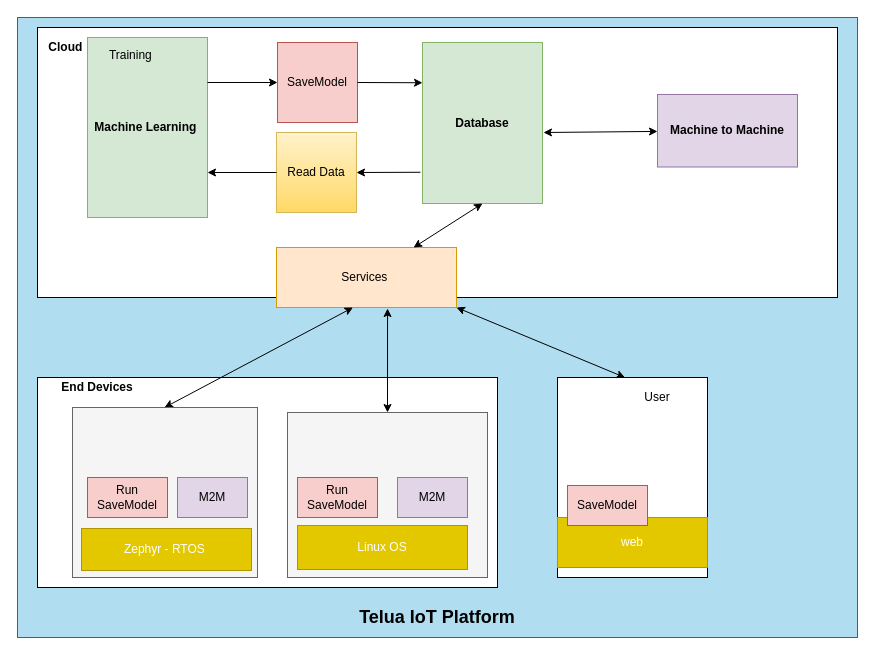
The draw.io diagram page "Page-1" (1 of 2) of machine_learning/machineLearning.drawio in letrthong/uhes_visual_programing_iot, before the edit. Source tidied: cells renumbered, new cells numbered last; positions are measured from the earlier drawing's top-left corner, leaving out a move shared by most shapes. Both pictures are drawn from the tidied source at 100%, with x=0, y=0 at pixel (17, 17).
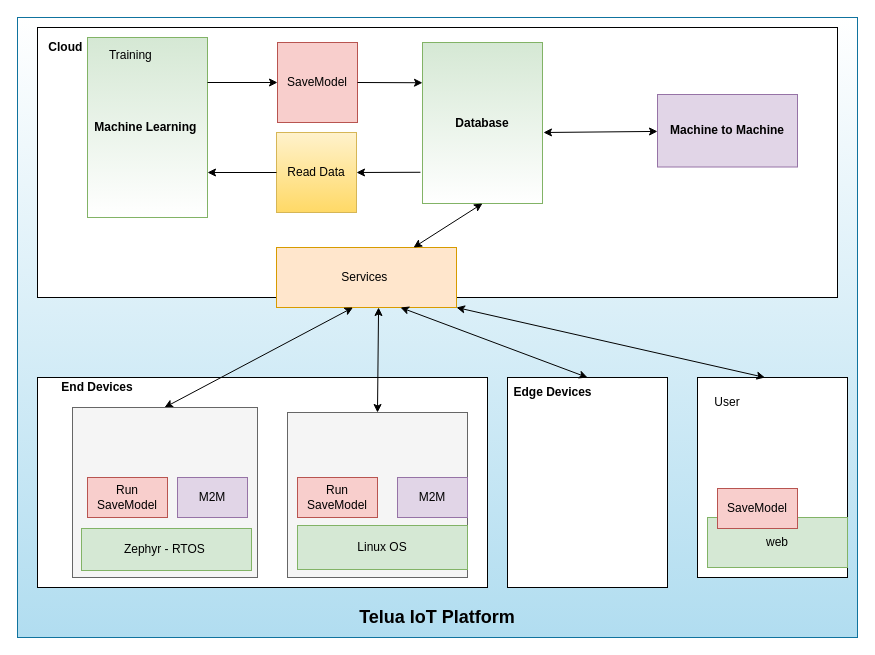
Above is the later version.

Unchanged cells that the change refers to:
```xml
<mxCell id="8" value="Services&amp;nbsp;" style="rounded=0;whiteSpace=wrap;html=1;fillColor=#ffe6cc;strokeColor=#d79b00;" parent="1" vertex="1">
  <mxGeometry x="259" y="230" width="180" height="60" as="geometry" />
</mxCell>
```

What changed in the source:
```diff
@@
-    <mxCell id="2" style="rounded=0;whiteSpace=wrap;html=1;fillColor=#b1ddf0;strokeColor=#10739e;" parent="1" vertex="1">
+    <mxCell id="2" style="rounded=0;whiteSpace=wrap;html=1;fillColor=#b1ddf0;strokeColor=#10739e;gradientColor=#ffffff;gradientDirection=north;" parent="1" vertex="1">
       <mxGeometry width="840" height="620" as="geometry" />
     </mxCell>
@@
     <mxCell id="4" style="rounded=0;whiteSpace=wrap;html=1;" parent="1" vertex="1">
-      <mxGeometry x="540" y="360" width="150" height="200" as="geometry" />
+      <mxGeometry x="680" y="360" width="150" height="200" as="geometry" />
     </mxCell>
     <mxCell id="5" style="rounded=0;whiteSpace=wrap;html=1;" parent="1" vertex="1">
-      <mxGeometry x="20" y="360" width="460" height="210" as="geometry" />
+      <mxGeometry x="20" y="360" width="450" height="210" as="geometry" />
     </mxCell>
@@
     <mxCell id="7" value="User" style="text;html=1;strokeColor=none;fillColor=none;align=center;verticalAlign=middle;whiteSpace=wrap;rounded=0;" parent="1" vertex="1">
-      <mxGeometry x="620" y="370" width="40" height="20" as="geometry" />
+      <mxGeometry x="690" y="375" width="40" height="20" as="geometry" />
     </mxCell>
@@
-    <mxCell id="9" value="&lt;b&gt;Machine Learning&amp;nbsp;&lt;/b&gt;" style="rounded=0;whiteSpace=wrap;html=1;fillColor=#d5e8d4;strokeColor=#82b366;" parent="1" vertex="1">
+    <mxCell id="9" value="&lt;b&gt;Machine Learning&amp;nbsp;&lt;/b&gt;" style="rounded=0;whiteSpace=wrap;html=1;fillColor=#d5e8d4;strokeColor=#82b366;gradientColor=#ffffff;" parent="1" vertex="1">
       <mxGeometry x="70" y="20" width="120" height="180" as="geometry" />
     </mxCell>
-    <mxCell id="10" value="&lt;b&gt;Database&lt;/b&gt;" style="rounded=0;whiteSpace=wrap;html=1;fillColor=#d5e8d4;strokeColor=#82b366;" parent="1" vertex="1">
+    <mxCell id="10" value="&lt;b&gt;Database&lt;/b&gt;" style="rounded=0;whiteSpace=wrap;html=1;fillColor=#d5e8d4;strokeColor=#82b366;gradientColor=#ffffff;" parent="1" vertex="1">
       <mxGeometry x="405" y="25" width="120" height="161" as="geometry" />
     </mxCell>
@@
     <mxCell id="14" style="rounded=0;whiteSpace=wrap;html=1;fillColor=#f5f5f5;strokeColor=#666666;fontColor=#333333;" parent="1" vertex="1">
-      <mxGeometry x="270" y="395" width="200" height="165" as="geometry" />
+      <mxGeometry x="270" y="395" width="180" height="165" as="geometry" />
     </mxCell>
-    <mxCell id="15" style="endArrow=classic;startArrow=classic;html=1;exitX=0.5;exitY=0;exitDx=0;exitDy=0;entryX=0.617;entryY=1.017;entryDx=0;entryDy=0;entryPerimeter=0;" parent="1" edge="1" source="14" target="8">
+    <mxCell id="15" style="endArrow=classic;startArrow=classic;html=1;exitX=0.5;exitY=0;exitDx=0;exitDy=0;entryX=0.567;entryY=1;entryDx=0;entryDy=0;entryPerimeter=0;" parent="1" edge="1" source="14" target="8">
       <mxGeometry relative="1" as="geometry" />
     </mxCell>
@@
-    <mxCell id="32" value="Zephyr - RTOS&amp;nbsp;" style="rounded=0;whiteSpace=wrap;html=1;fillColor=#e3c800;strokeColor=#B09500;fontColor=#ffffff;" parent="1" vertex="1">
+    <mxCell id="32" value="Zephyr - RTOS&amp;nbsp;" style="rounded=0;whiteSpace=wrap;html=1;fillColor=#d5e8d4;strokeColor=#82b366;gradientDirection=east;" parent="1" vertex="1">
       <mxGeometry x="64" y="511" width="170" height="42" as="geometry" />
     </mxCell>
-    <mxCell id="33" value="Linux OS" style="rounded=0;whiteSpace=wrap;html=1;fillColor=#e3c800;strokeColor=#B09500;fontColor=#ffffff;" parent="1" vertex="1">
+    <mxCell id="33" value="Linux OS" style="rounded=0;whiteSpace=wrap;html=1;fillColor=#d5e8d4;strokeColor=#82b366;" parent="1" vertex="1">
       <mxGeometry x="280" y="508" width="170" height="44" as="geometry" />
     </mxCell>
-    <mxCell id="34" value="web" style="rounded=0;whiteSpace=wrap;html=1;fillColor=#e3c800;strokeColor=#B09500;fontColor=#ffffff;" parent="1" vertex="1">
-      <mxGeometry x="540" y="500" width="150" height="50" as="geometry" />
+    <mxCell id="34" value="web" style="rounded=0;whiteSpace=wrap;html=1;fillColor=#d5e8d4;strokeColor=#82b366;" parent="1" vertex="1">
+      <mxGeometry x="690" y="500" width="140" height="50" as="geometry" />
     </mxCell>
     <mxCell id="35" value="SaveModel" style="rounded=0;whiteSpace=wrap;html=1;fillColor=#f8cecc;strokeColor=#b85450;" parent="1" vertex="1">
-      <mxGeometry x="550" y="468" width="80" height="40" as="geometry" />
+      <mxGeometry x="700" y="471" width="80" height="40" as="geometry" />
     </mxCell>
+    <mxCell id="36" style="rounded=0;whiteSpace=wrap;html=1;" parent="1" vertex="1">
+      <mxGeometry x="490" y="360" width="160" height="210" as="geometry" />
+    </mxCell>
+    <mxCell id="37" style="endArrow=classic;startArrow=classic;html=1;entryX=0.689;entryY=1;entryDx=0;entryDy=0;entryPerimeter=0;exitX=0.5;exitY=0;exitDx=0;exitDy=0;" parent="1" edge="1" source="36" target="8">
+      <mxGeometry relative="1" as="geometry" />
+    </mxCell>
+    <mxCell id="38" value="&lt;b&gt;Edge Devices&lt;/b&gt;" style="text;html=1;strokeColor=none;fillColor=none;align=center;verticalAlign=middle;whiteSpace=wrap;rounded=0;" parent="1" vertex="1">
+      <mxGeometry x="490" y="360" width="91" height="30" as="geometry" />
+    </mxCell>
```
